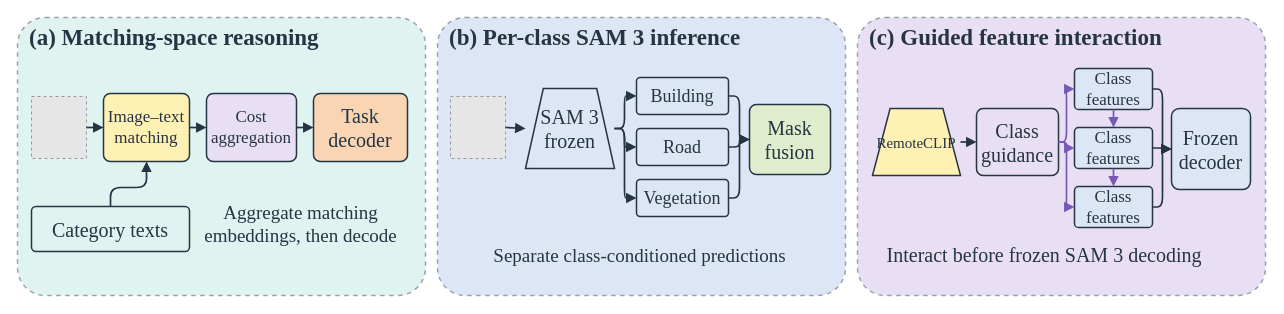
Earlier version of the draw.io diagram paper/figures/src/motivation.drawio (jk-jin/ovrs-sam3). Source tidied: cells renumbered, new cells numbered last; positions are measured from the earlier drawing's top-left corner, leaving out a move shared by most shapes. Both pictures are drawn from the tidied source at 100%, with x=0, y=0 at pixel (17, 17). Pictures stored in the file or linked from it are replaced by grey dashed boxes.
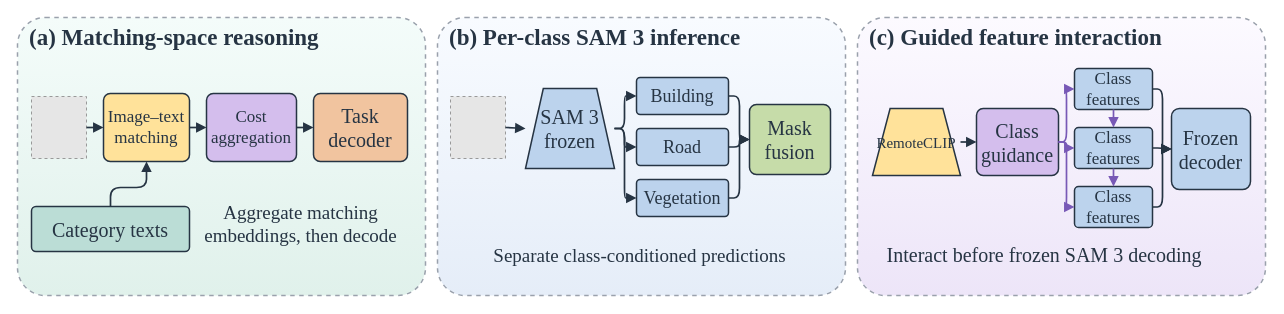
The same page after the edit.

Diff of the diagram source:
```diff
@@
-    <mxCell id="2" style="rounded=1;arcSize=10;html=0;fillColor=#DFF3F1;strokeColor=#9AA1AC;strokeWidth=1.5;dashed=1;" parent="1" vertex="1">
+    <mxCell id="2" style="rounded=1;arcSize=10;html=0;fillColor=#F4FCFA;strokeColor=#9AA1AC;strokeWidth=1.5;dashed=1;gradientColor=#E0F1EB;gradientDirection=south;" parent="1" vertex="1">
       <mxGeometry width="408" height="278" as="geometry" />
     </mxCell>
@@
-    <mxCell id="4" style="rounded=1;arcSize=10;html=0;fillColor=#DCE6F6;strokeColor=#9AA1AC;strokeWidth=1.5;dashed=1;" parent="1" vertex="1">
+    <mxCell id="4" style="rounded=1;arcSize=10;html=0;fillColor=#F8FBFF;strokeColor=#9AA1AC;strokeWidth=1.5;dashed=1;gradientColor=#E5EDF8;gradientDirection=south;" parent="1" vertex="1">
       <mxGeometry x="420" width="408" height="278" as="geometry" />
     </mxCell>
@@
-    <mxCell id="6" style="rounded=1;arcSize=10;html=0;fillColor=#E8DFF4;strokeColor=#9AA1AC;strokeWidth=1.5;dashed=1;" parent="1" vertex="1">
+    <mxCell id="6" style="rounded=1;arcSize=10;html=0;fillColor=#FCFAFF;strokeColor=#9AA1AC;strokeWidth=1.5;dashed=1;gradientColor=#EDE5F8;gradientDirection=south;" parent="1" vertex="1">
       <mxGeometry x="840" width="408" height="278" as="geometry" />
     </mxCell>
@@
-    <mxCell id="9" style="rounded=1;arcSize=10;html=0;fillColor=#FFF0B3;strokeColor=#263443;strokeWidth=1.5;dashed=0;" parent="1" vertex="1">
+    <mxCell id="9" style="rounded=1;arcSize=10;html=0;fillColor=#FFE29A;strokeColor=#263443;strokeWidth=1.5;dashed=0;" parent="1" vertex="1">
       <mxGeometry x="86" y="76" width="86" height="68" as="geometry" />
     </mxCell>
@@
-    <mxCell id="11" style="rounded=1;arcSize=10;html=0;fillColor=#E8DFF4;strokeColor=#263443;strokeWidth=1.5;dashed=0;" parent="1" vertex="1">
+    <mxCell id="11" style="rounded=1;arcSize=10;html=0;fillColor=#D4BEED;strokeColor=#263443;strokeWidth=1.5;dashed=0;" parent="1" vertex="1">
       <mxGeometry x="189" y="76" width="90" height="68" as="geometry" />
     </mxCell>
@@
-    <mxCell id="13" style="rounded=1;arcSize=10;html=0;fillColor=#FAD5B3;strokeColor=#263443;strokeWidth=1.5;dashed=0;" parent="1" vertex="1">
+    <mxCell id="13" style="rounded=1;arcSize=10;html=0;fillColor=#F1C49F;strokeColor=#263443;strokeWidth=1.5;dashed=0;" parent="1" vertex="1">
       <mxGeometry x="296" y="76" width="94" height="68" as="geometry" />
     </mxCell>
@@
-    <mxCell id="18" style="rounded=1;arcSize=10;html=0;fillColor=#DFF3F1;strokeColor=#263443;strokeWidth=1.5;dashed=0;" parent="1" vertex="1">
+    <mxCell id="18" style="rounded=1;arcSize=10;html=0;fillColor=#BBDDD6;strokeColor=#263443;strokeWidth=1.5;dashed=0;" parent="1" vertex="1">
       <mxGeometry x="14" y="189" width="158" height="45" as="geometry" />
     </mxCell>
@@
-    <mxCell id="23" style="shape=trapezoid;direction=east;html=0;fillColor=#DCE6F6;strokeColor=#263443;strokeWidth=1.5;dashed=0;" parent="1" vertex="1">
+    <mxCell id="23" style="shape=trapezoid;direction=east;html=0;fillColor=#BCD3ED;strokeColor=#263443;strokeWidth=1.5;dashed=0;" parent="1" vertex="1">
       <mxGeometry x="508" y="71" width="89" height="80" as="geometry" />
     </mxCell>
@@
-    <mxCell id="26" style="rounded=1;arcSize=10;html=0;fillColor=#DCE6F6;strokeColor=#263443;strokeWidth=1.5;dashed=0;" parent="1" vertex="1">
+    <mxCell id="26" style="rounded=1;arcSize=10;html=0;fillColor=#BCD3ED;strokeColor=#263443;strokeWidth=1.5;dashed=0;" parent="1" vertex="1">
       <mxGeometry x="619" y="60" width="92" height="37" as="geometry" />
     </mxCell>
@@
-    <mxCell id="29" style="rounded=1;arcSize=10;html=0;fillColor=#DCE6F6;strokeColor=#263443;strokeWidth=1.5;dashed=0;" parent="1" vertex="1">
+    <mxCell id="29" style="rounded=1;arcSize=10;html=0;fillColor=#BCD3ED;strokeColor=#263443;strokeWidth=1.5;dashed=0;" parent="1" vertex="1">
       <mxGeometry x="619" y="111" width="92" height="37" as="geometry" />
     </mxCell>
@@
-    <mxCell id="32" style="rounded=1;arcSize=10;html=0;fillColor=#DCE6F6;strokeColor=#263443;strokeWidth=1.5;dashed=0;" parent="1" vertex="1">
+    <mxCell id="32" style="rounded=1;arcSize=10;html=0;fillColor=#BCD3ED;strokeColor=#263443;strokeWidth=1.5;dashed=0;" parent="1" vertex="1">
       <mxGeometry x="619" y="162" width="92" height="37" as="geometry" />
     </mxCell>
@@
-    <mxCell id="35" style="rounded=1;arcSize=10;html=0;fillColor=#DFEDCC;strokeColor=#263443;strokeWidth=1.5;dashed=0;" parent="1" vertex="1">
+    <mxCell id="35" style="rounded=1;arcSize=10;html=0;fillColor=#C6DCA9;strokeColor=#263443;strokeWidth=1.5;dashed=0;" parent="1" vertex="1">
       <mxGeometry x="732" y="87" width="81" height="70" as="geometry" />
     </mxCell>
@@
-    <mxCell id="41" style="shape=trapezoid;direction=east;html=0;fillColor=#FFF0B3;strokeColor=#263443;strokeWidth=1.5;dashed=0;" parent="1" vertex="1">
+    <mxCell id="41" style="shape=trapezoid;direction=east;html=0;fillColor=#FFE29A;strokeColor=#263443;strokeWidth=1.5;dashed=0;" parent="1" vertex="1">
       <mxGeometry x="855" y="91" width="88" height="67" as="geometry" />
     </mxCell>
@@
-    <mxCell id="43" style="rounded=1;arcSize=10;html=0;fillColor=#E8DFF4;strokeColor=#263443;strokeWidth=1.5;dashed=0;" parent="1" vertex="1">
+    <mxCell id="43" style="rounded=1;arcSize=10;html=0;fillColor=#D4BEED;strokeColor=#263443;strokeWidth=1.5;dashed=0;" parent="1" vertex="1">
       <mxGeometry x="959" y="91" width="82" height="67" as="geometry" />
     </mxCell>
@@
-    <mxCell id="46" style="rounded=1;arcSize=10;html=0;fillColor=#DCE6F6;strokeColor=#263443;strokeWidth=1.5;dashed=0;" parent="1" vertex="1">
+    <mxCell id="46" style="rounded=1;arcSize=10;html=0;fillColor=#BCD3ED;strokeColor=#263443;strokeWidth=1.5;dashed=0;" parent="1" vertex="1">
       <mxGeometry x="1057" y="51" width="78" height="41" as="geometry" />
     </mxCell>
@@
-    <mxCell id="48" style="rounded=1;arcSize=10;html=0;fillColor=#DCE6F6;strokeColor=#263443;strokeWidth=1.5;dashed=0;" parent="1" vertex="1">
+    <mxCell id="48" style="rounded=1;arcSize=10;html=0;fillColor=#BCD3ED;strokeColor=#263443;strokeWidth=1.5;dashed=0;" parent="1" vertex="1">
       <mxGeometry x="1057" y="110" width="78" height="41" as="geometry" />
     </mxCell>
@@
-    <mxCell id="50" style="rounded=1;arcSize=10;html=0;fillColor=#DCE6F6;strokeColor=#263443;strokeWidth=1.5;dashed=0;" parent="1" vertex="1">
+    <mxCell id="50" style="rounded=1;arcSize=10;html=0;fillColor=#BCD3ED;strokeColor=#263443;strokeWidth=1.5;dashed=0;" parent="1" vertex="1">
       <mxGeometry x="1057" y="169" width="78" height="41" as="geometry" />
     </mxCell>
@@
-    <mxCell id="55" style="rounded=1;arcSize=10;html=0;fillColor=#DCE6F6;strokeColor=#263443;strokeWidth=1.5;dashed=0;" parent="1" vertex="1">
+    <mxCell id="55" style="rounded=1;arcSize=10;html=0;fillColor=#BCD3ED;strokeColor=#263443;strokeWidth=1.5;dashed=0;" parent="1" vertex="1">
       <mxGeometry x="1154" y="91" width="79" height="81" as="geometry" />
     </mxCell>
```
